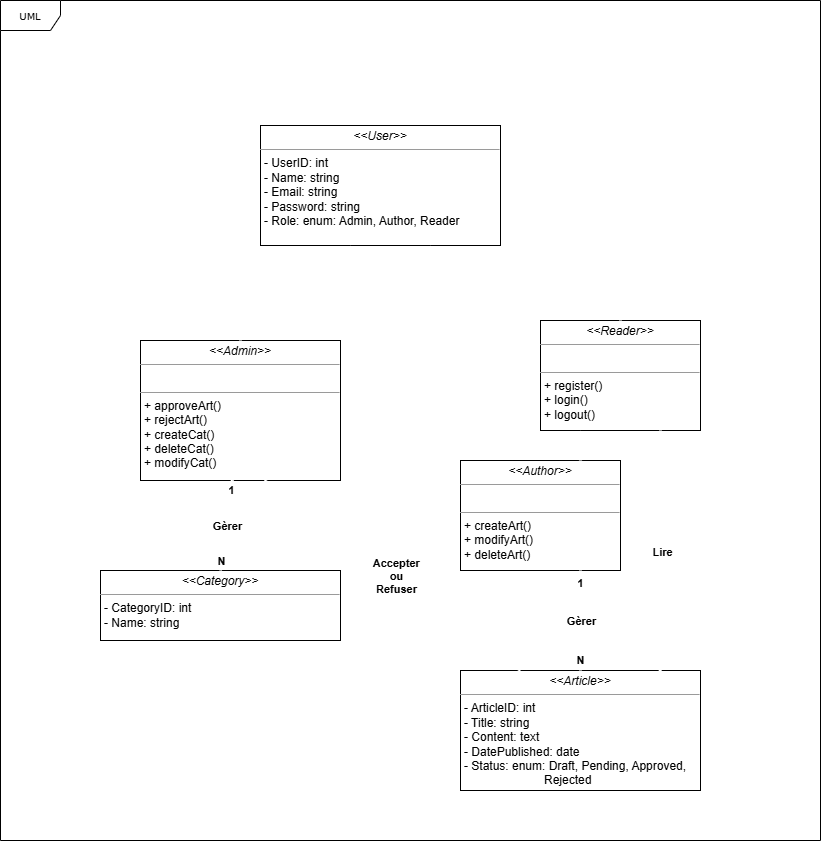
Earlier version of the draw.io export diagrams/UML Class.png (theshamkhi/Artflex). Source tidied: cells renumbered, new cells last; positions are measured from the earlier drawing's top-left corner, leaving out a move shared by most shapes.
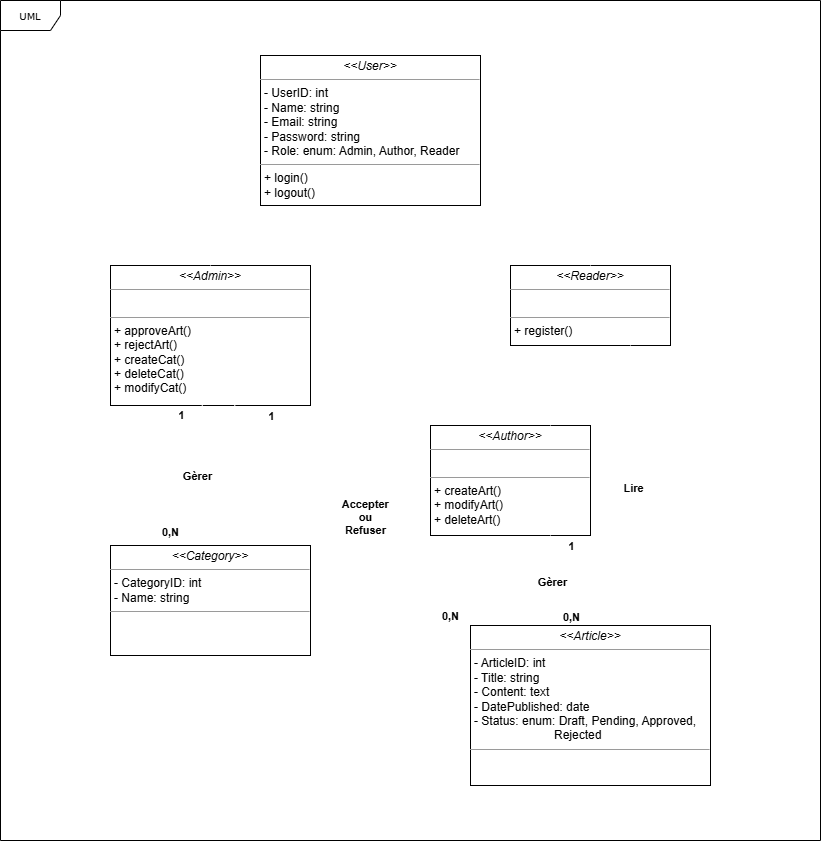
Above is the later version.

Commit message:
Updated the UML Diagrams

What changed in the source:
```diff
@@ -5,40 +5,31 @@
     <mxCell id="2" value="UML" style="shape=umlFrame;whiteSpace=wrap;html=1;rounded=0;shadow=0;comic=0;labelBackgroundColor=none;strokeWidth=1;fontFamily=Verdana;fontSize=10;align=center;" parent="1" vertex="1">
       <mxGeometry width="820" height="840" as="geometry" />
     </mxCell>
-    <mxCell id="3" value="&lt;p style=&quot;margin:0px;margin-top:4px;text-align:center;&quot;&gt;&lt;i&gt;&amp;lt;&amp;lt;User&amp;gt;&amp;gt;&lt;/i&gt;&lt;br&gt;&lt;/p&gt;&lt;hr size=&quot;1&quot;&gt;&lt;p style=&quot;margin:0px;margin-left:4px;&quot;&gt;- UserID: int&lt;br&gt;- Name: string&lt;/p&gt;&lt;p style=&quot;margin:0px;margin-left:4px;&quot;&gt;- Email: string&lt;/p&gt;&lt;p style=&quot;margin:0px;margin-left:4px;&quot;&gt;- Password: string&lt;/p&gt;&lt;p style=&quot;margin:0px;margin-left:4px;&quot;&gt;- Role: enum: Admin, Author, Reader&lt;/p&gt;&lt;p style=&quot;margin:0px;margin-left:4px;&quot;&gt;&lt;br&gt;&lt;/p&gt;" style="verticalAlign=top;align=left;overflow=fill;fontSize=12;fontFamily=Helvetica;html=1;rounded=0;shadow=0;comic=0;labelBackgroundColor=none;strokeWidth=1;" parent="1" vertex="1">
-      <mxGeometry x="260" y="125" width="240" height="120" as="geometry" />
-    </mxCell>
     <mxCell id="4" value="&lt;p style=&quot;margin:0px;margin-top:4px;text-align:center;&quot;&gt;&lt;i&gt;&amp;lt;&amp;lt;Admin&amp;gt;&amp;gt;&lt;/i&gt;&lt;br&gt;&lt;/p&gt;&lt;hr size=&quot;1&quot;&gt;&lt;p style=&quot;margin:0px;margin-left:4px;&quot;&gt;&lt;br&gt;&lt;/p&gt;&lt;hr size=&quot;1&quot;&gt;&lt;p style=&quot;margin:0px;margin-left:4px;&quot;&gt;+ approveArt()&lt;/p&gt;&lt;p style=&quot;margin:0px;margin-left:4px;&quot;&gt;+ rejectArt()&lt;/p&gt;&lt;p style=&quot;margin:0px;margin-left:4px;&quot;&gt;+ createCat()&lt;/p&gt;&lt;p style=&quot;margin:0px;margin-left:4px;&quot;&gt;+ deleteCat()&lt;/p&gt;&lt;p style=&quot;margin:0px;margin-left:4px;&quot;&gt;+ modifyCat()&lt;/p&gt;" style="verticalAlign=top;align=left;overflow=fill;fontSize=12;fontFamily=Helvetica;html=1;rounded=0;shadow=0;comic=0;labelBackgroundColor=none;strokeWidth=1;" parent="1" vertex="1">
-      <mxGeometry x="140" y="340" width="200" height="140" as="geometry" />
+      <mxGeometry x="110" y="265" width="200" height="140" as="geometry" />
     </mxCell>
     <mxCell id="5" value="&lt;p style=&quot;margin:0px;margin-top:4px;text-align:center;&quot;&gt;&lt;i&gt;&amp;lt;&amp;lt;Author&amp;gt;&amp;gt;&lt;/i&gt;&lt;br&gt;&lt;/p&gt;&lt;hr size=&quot;1&quot;&gt;&lt;p style=&quot;margin:0px;margin-left:4px;&quot;&gt;&lt;br&gt;&lt;/p&gt;&lt;hr size=&quot;1&quot;&gt;&lt;p style=&quot;margin:0px;margin-left:4px;&quot;&gt;+ createArt()&lt;/p&gt;&lt;p style=&quot;margin:0px;margin-left:4px;&quot;&gt;+ modifyArt()&lt;/p&gt;&lt;p style=&quot;margin:0px;margin-left:4px;&quot;&gt;+ deleteArt()&lt;/p&gt;" style="verticalAlign=top;align=left;overflow=fill;fontSize=12;fontFamily=Helvetica;html=1;rounded=0;shadow=0;comic=0;labelBackgroundColor=none;strokeWidth=1;" parent="1" vertex="1">
-      <mxGeometry x="460" y="460" width="160" height="110" as="geometry" />
+      <mxGeometry x="430" y="425" width="160" height="110" as="geometry" />
     </mxCell>
-    <mxCell id="6" value="&lt;p style=&quot;margin:0px;margin-top:4px;text-align:center;&quot;&gt;&lt;i&gt;&amp;lt;&amp;lt;Reader&amp;gt;&amp;gt;&lt;/i&gt;&lt;br&gt;&lt;/p&gt;&lt;hr size=&quot;1&quot;&gt;&lt;p style=&quot;margin:0px;margin-left:4px;&quot;&gt;&lt;br&gt;&lt;/p&gt;&lt;hr size=&quot;1&quot;&gt;&lt;p style=&quot;margin:0px;margin-left:4px;&quot;&gt;+ register()&lt;/p&gt;&lt;p style=&quot;margin:0px;margin-left:4px;&quot;&gt;+ login()&lt;/p&gt;&lt;p style=&quot;margin:0px;margin-left:4px;&quot;&gt;+ logout()&lt;/p&gt;" style="verticalAlign=top;align=left;overflow=fill;fontSize=12;fontFamily=Helvetica;html=1;rounded=0;shadow=0;comic=0;labelBackgroundColor=none;strokeWidth=1;" parent="1" vertex="1">
-      <mxGeometry x="540" y="320" width="160" height="110" as="geometry" />
+    <mxCell id="6" value="&lt;p style=&quot;margin:0px;margin-top:4px;text-align:center;&quot;&gt;&lt;i&gt;&amp;lt;&amp;lt;Reader&amp;gt;&amp;gt;&lt;/i&gt;&lt;br&gt;&lt;/p&gt;&lt;hr size=&quot;1&quot;&gt;&lt;p style=&quot;margin:0px;margin-left:4px;&quot;&gt;&lt;br&gt;&lt;/p&gt;&lt;hr size=&quot;1&quot;&gt;&lt;p style=&quot;margin:0px;margin-left:4px;&quot;&gt;+ register()&lt;/p&gt;" style="verticalAlign=top;align=left;overflow=fill;fontSize=12;fontFamily=Helvetica;html=1;rounded=0;shadow=0;comic=0;labelBackgroundColor=none;strokeWidth=1;" parent="1" vertex="1">
+      <mxGeometry x="510" y="265" width="160" height="80" as="geometry" />
     </mxCell>
-    <mxCell id="7" style="edgeStyle=elbowEdgeStyle;elbow=vertical;endArrow=classic;html=1;curved=0;rounded=0;endSize=8;startSize=8;exitX=0.75;exitY=0;exitDx=0;exitDy=0;strokeWidth=3;strokeColor=light-dark(#ffffff, #ededed);entryX=0.25;entryY=1;entryDx=0;entryDy=0;" parent="1" edge="1" source="5" target="6">
+    <mxCell id="7" style="edgeStyle=orthogonalEdgeStyle;elbow=vertical;endArrow=block;html=1;rounded=0;endSize=12;startSize=8;exitX=0.75;exitY=0;exitDx=0;exitDy=0;strokeWidth=1;strokeColor=light-dark(#ffffff, #ededed);entryX=0.25;entryY=1;entryDx=0;entryDy=0;endFill=0;" parent="1" edge="1" source="5" target="6">
       <mxGeometry relative="1" as="geometry" />
     </mxCell>
-    <mxCell id="8" style="edgeStyle=elbowEdgeStyle;elbow=vertical;endArrow=classic;html=1;curved=0;rounded=0;endSize=8;startSize=8;exitX=0.5;exitY=0;exitDx=0;exitDy=0;strokeWidth=3;strokeColor=light-dark(#ffffff, #ededed);" parent="1" edge="1" source="4">
+    <mxCell id="8" style="edgeStyle=orthogonalEdgeStyle;elbow=vertical;endArrow=block;html=1;rounded=0;endSize=12;startSize=8;exitX=0.5;exitY=0;exitDx=0;exitDy=0;strokeWidth=1;strokeColor=light-dark(#ffffff, #ededed);endFill=0;" parent="1" edge="1" source="4">
       <mxGeometry relative="1" as="geometry">
-        <mxPoint x="350" y="245" as="targetPoint" />
+        <mxPoint x="320" y="210" as="targetPoint" />
       </mxGeometry>
     </mxCell>
-    <mxCell id="9" style="edgeStyle=elbowEdgeStyle;elbow=vertical;endArrow=classic;html=1;curved=0;rounded=0;exitX=0.5;exitY=0;exitDx=0;exitDy=0;strokeWidth=3;strokeColor=light-dark(#ffffff, #ededed);" parent="1" edge="1" source="6">
+    <mxCell id="9" style="edgeStyle=orthogonalEdgeStyle;elbow=vertical;endArrow=block;html=1;rounded=0;exitX=0.5;exitY=0;exitDx=0;exitDy=0;strokeWidth=1;strokeColor=light-dark(#ffffff, #ededed);endFill=0;endSize=12;" parent="1" edge="1" source="6">
       <mxGeometry relative="1" as="geometry">
-        <mxPoint x="430" y="245" as="targetPoint" />
+        <mxPoint x="400" y="210" as="targetPoint" />
       </mxGeometry>
     </mxCell>
-    <mxCell id="10" value="&lt;p style=&quot;margin:0px;margin-top:4px;text-align:center;&quot;&gt;&lt;i&gt;&amp;lt;&amp;lt;Article&amp;gt;&amp;gt;&lt;/i&gt;&lt;br&gt;&lt;/p&gt;&lt;hr size=&quot;1&quot;&gt;&lt;p style=&quot;margin:0px;margin-left:4px;&quot;&gt;- ArticleID: int&lt;br&gt;- Title: string&lt;/p&gt;&lt;p style=&quot;margin:0px;margin-left:4px;&quot;&gt;- Content: text&lt;/p&gt;&lt;p style=&quot;margin:0px;margin-left:4px;&quot;&gt;- DatePublished: date&lt;/p&gt;&lt;p style=&quot;margin:0px;margin-left:4px;&quot;&gt;- Status: enum: Draft, Pending, Approved,&lt;/p&gt;&lt;p style=&quot;margin:0px;margin-left:4px;&quot;&gt;&lt;span style=&quot;white-space: pre;&quot;&gt;&#9;&lt;/span&gt;&lt;span style=&quot;white-space: pre;&quot;&gt;&#9;&lt;/span&gt;&lt;span style=&quot;white-space: pre;&quot;&gt;&#9;&lt;/span&gt;Rejected&lt;/p&gt;&lt;p style=&quot;margin:0px;margin-left:4px;&quot;&gt;&lt;br&gt;&lt;/p&gt;" style="verticalAlign=top;align=left;overflow=fill;fontSize=12;fontFamily=Helvetica;html=1;rounded=0;shadow=0;comic=0;labelBackgroundColor=none;strokeWidth=1;" parent="1" vertex="1">
-      <mxGeometry x="460" y="670" width="240" height="120" as="geometry" />
-    </mxCell>
-    <mxCell id="11" value="&lt;p style=&quot;margin:0px;margin-top:4px;text-align:center;&quot;&gt;&lt;i&gt;&amp;lt;&amp;lt;Category&amp;gt;&amp;gt;&lt;/i&gt;&lt;br&gt;&lt;/p&gt;&lt;hr size=&quot;1&quot;&gt;&lt;p style=&quot;margin:0px;margin-left:4px;&quot;&gt;- CategoryID: int&lt;br&gt;- Name: string&lt;/p&gt;&lt;p style=&quot;margin:0px;margin-left:4px;&quot;&gt;&lt;br&gt;&lt;/p&gt;" style="verticalAlign=top;align=left;overflow=fill;fontSize=12;fontFamily=Helvetica;html=1;rounded=0;shadow=0;comic=0;labelBackgroundColor=none;strokeWidth=1;" parent="1" vertex="1">
-      <mxGeometry x="100" y="570" width="240" height="70" as="geometry" />
-    </mxCell>
-    <mxCell id="12" style="endArrow=none;html=1;rounded=0;exitX=0.5;exitY=0;exitDx=0;exitDy=0;strokeWidth=3;strokeColor=light-dark(#ffffff, #ededed);" parent="1" edge="1" source="10">
+    <mxCell id="12" style="endArrow=none;html=1;rounded=0;strokeWidth=1;strokeColor=light-dark(#ffffff, #ededed);exitX=0.333;exitY=0;exitDx=0;exitDy=0;exitPerimeter=0;" parent="1" edge="1" source="28">
       <mxGeometry relative="1" as="geometry">
-        <mxPoint x="580" y="570" as="targetPoint" />
+        <mxPoint x="550" y="535" as="targetPoint" />
       </mxGeometry>
     </mxCell>
     <mxCell id="13" value="&lt;b&gt;&amp;nbsp;Gèrer&lt;/b&gt;&amp;nbsp;" style="edgeLabel;html=1;align=center;verticalAlign=middle;" parent="12" vertex="1">
@@ -46,13 +37,15 @@
     </mxCell>
     <mxCell id="14" value="&lt;b&gt;&amp;nbsp;1&amp;nbsp;&lt;/b&gt;" style="edgeLabel;html=1;align=center;verticalAlign=middle;" parent="12" vertex="1">
       <mxGeometry x="0.56" relative="1" as="geometry">
-        <mxPoint y="-9" as="offset" />
+        <mxPoint x="20" y="-9" as="offset" />
       </mxGeometry>
     </mxCell>
-    <mxCell id="15" value="&lt;b&gt;&amp;nbsp;N&amp;nbsp;&lt;/b&gt;" style="edgeLabel;html=1;align=center;verticalAlign=middle;" parent="12" vertex="1">
-      <mxGeometry x="-0.81" relative="1" as="geometry" />
+    <mxCell id="15" value="&lt;b&gt;&amp;nbsp;0,N&amp;nbsp;&lt;/b&gt;" style="edgeLabel;html=1;align=center;verticalAlign=middle;" parent="12" vertex="1">
+      <mxGeometry x="-0.81" relative="1" as="geometry">
+        <mxPoint x="20" as="offset" />
+      </mxGeometry>
     </mxCell>
-    <mxCell id="16" style="endArrow=none;html=1;rounded=0;entryX=0.459;entryY=0.997;entryDx=0;entryDy=0;exitX=0.5;exitY=0;exitDx=0;exitDy=0;entryPerimeter=0;strokeWidth=3;strokeColor=light-dark(#ffffff, #ededed);" parent="1" edge="1" source="11" target="4">
+    <mxCell id="16" style="endArrow=none;html=1;rounded=0;entryX=0.459;entryY=0.997;entryDx=0;entryDy=0;exitX=0.393;exitY=-0.001;exitDx=0;exitDy=0;entryPerimeter=0;strokeWidth=1;strokeColor=light-dark(#ffffff, #ededed);exitPerimeter=0;" parent="1" edge="1" source="27" target="4">
       <mxGeometry relative="1" as="geometry" />
     </mxCell>
     <mxCell id="17" value="&lt;b&gt;&amp;nbsp;Gèrer&amp;nbsp;&lt;/b&gt;" style="edgeLabel;html=1;align=center;verticalAlign=middle;" parent="16" vertex="1">
@@ -60,25 +53,44 @@
     </mxCell>
     <mxCell id="18" value="&lt;b&gt;&amp;nbsp;1&amp;nbsp;&lt;/b&gt;" style="edgeLabel;html=1;align=center;verticalAlign=middle;" parent="16" vertex="1">
       <mxGeometry x="0.78" y="-1" relative="1" as="geometry">
-        <mxPoint x="-1" as="offset" />
+        <mxPoint x="-21" y="-6" as="offset" />
       </mxGeometry>
     </mxCell>
-    <mxCell id="19" value="&lt;b&gt;&amp;nbsp;N&amp;nbsp;&lt;/b&gt;" style="edgeLabel;html=1;align=center;verticalAlign=middle;" parent="16" vertex="1">
+    <mxCell id="19" value="&lt;b&gt;&amp;nbsp;0,N&amp;nbsp;&lt;/b&gt;" style="edgeLabel;html=1;align=center;verticalAlign=middle;" parent="16" vertex="1">
       <mxGeometry x="-0.83" y="-1" relative="1" as="geometry">
-        <mxPoint x="-1" y="-2" as="offset" />
+        <mxPoint x="-21" y="-2" as="offset" />
       </mxGeometry>
     </mxCell>
+    <mxCell id="24" value="&lt;b&gt;&amp;nbsp;1&amp;nbsp;&lt;/b&gt;" style="edgeLabel;html=1;align=center;verticalAlign=middle;" parent="16" vertex="1">
+      <mxGeometry x="0.78" y="-1" relative="1" as="geometry">
+        <mxPoint x="69" y="-5" as="offset" />
+      </mxGeometry>
+    </mxCell>
+    <mxCell id="25" value="&lt;b&gt;&amp;nbsp;0,N&amp;nbsp;&lt;/b&gt;" style="edgeLabel;html=1;align=center;verticalAlign=middle;" parent="16" vertex="1">
+      <mxGeometry x="-0.83" y="-1" relative="1" as="geometry">
+        <mxPoint x="259" y="82" as="offset" />
+      </mxGeometry>
+    </mxCell>
-    <mxCell id="20" style="endArrow=none;html=1;rounded=0;entryX=0.619;entryY=0.999;entryDx=0;entryDy=0;exitX=0.25;exitY=0;exitDx=0;exitDy=0;entryPerimeter=0;strokeWidth=3;strokeColor=light-dark(#ffffff, #ededed);" parent="1" edge="1" source="10" target="4">
+    <mxCell id="20" style="endArrow=none;html=1;rounded=0;entryX=0.619;entryY=0.999;entryDx=0;entryDy=0;entryPerimeter=0;strokeWidth=1;strokeColor=light-dark(#ffffff, #ededed);exitX=0.073;exitY=-0.002;exitDx=0;exitDy=0;exitPerimeter=0;" parent="1" edge="1" source="28" target="4">
       <mxGeometry relative="1" as="geometry" />
     </mxCell>
     <mxCell id="21" value="&lt;b&gt;&amp;nbsp;Accepter&amp;nbsp;&lt;br&gt;ou&lt;br&gt;&amp;nbsp;Refuser&amp;nbsp;&lt;/b&gt;" style="edgeLabel;html=1;align=center;verticalAlign=middle;" parent="20" vertex="1">
       <mxGeometry x="-0.02" y="-1" relative="1" as="geometry" />
     </mxCell>
-    <mxCell id="22" style="endArrow=none;html=1;rounded=0;entryX=0.75;entryY=1;entryDx=0;entryDy=0;exitX=0.832;exitY=0.004;exitDx=0;exitDy=0;exitPerimeter=0;strokeWidth=3;strokeColor=light-dark(#ffffff, #ededed);" parent="1" edge="1" source="10" target="6">
+    <mxCell id="22" style="endArrow=none;html=1;rounded=0;entryX=0.75;entryY=1;entryDx=0;entryDy=0;strokeWidth=1;strokeColor=light-dark(#ffffff, #ededed);exitX=0.667;exitY=0.002;exitDx=0;exitDy=0;exitPerimeter=0;" parent="1" edge="1" source="28" target="6">
       <mxGeometry relative="1" as="geometry" />
     </mxCell>
     <mxCell id="23" value="&lt;b&gt;&amp;nbsp;Lire&amp;nbsp;&lt;/b&gt;" style="edgeLabel;html=1;align=center;verticalAlign=middle;" parent="22" vertex="1">
       <mxGeometry x="-0.01" y="-2" relative="1" as="geometry" />
     </mxCell>
+    <mxCell id="26" value="&lt;p style=&quot;margin:0px;margin-top:4px;text-align:center;&quot;&gt;&lt;i&gt;&amp;lt;&amp;lt;User&amp;gt;&amp;gt;&lt;/i&gt;&lt;br&gt;&lt;/p&gt;&lt;hr size=&quot;1&quot;&gt;&lt;p style=&quot;margin: 0px 0px 0px 4px;&quot;&gt;- UserID: int&lt;br&gt;- Name: string&lt;/p&gt;&lt;p style=&quot;margin: 0px 0px 0px 4px;&quot;&gt;- Email: string&lt;/p&gt;&lt;p style=&quot;margin: 0px 0px 0px 4px;&quot;&gt;- Password: string&lt;/p&gt;&lt;p style=&quot;margin: 0px 0px 0px 4px;&quot;&gt;- Role: enum: Admin, Author, Reader&lt;/p&gt;&lt;hr size=&quot;1&quot;&gt;&lt;p style=&quot;margin: 0px 0px 0px 4px;&quot;&gt;+ login()&lt;/p&gt;&lt;p style=&quot;margin: 0px 0px 0px 4px;&quot;&gt;+ logout()&lt;/p&gt;" style="verticalAlign=top;align=left;overflow=fill;fontSize=12;fontFamily=Helvetica;html=1;rounded=0;shadow=0;comic=0;labelBackgroundColor=none;strokeWidth=1;" parent="1" vertex="1">
+      <mxGeometry x="260" y="55" width="220" height="150" as="geometry" />
+    </mxCell>
+    <mxCell id="27" value="&lt;p style=&quot;margin:0px;margin-top:4px;text-align:center;&quot;&gt;&lt;i&gt;&amp;lt;&amp;lt;&lt;/i&gt;&lt;i style=&quot;background-color: transparent; color: light-dark(rgb(0, 0, 0), rgb(255, 255, 255));&quot;&gt;Category&lt;/i&gt;&lt;i style=&quot;background-color: transparent; color: light-dark(rgb(0, 0, 0), rgb(255, 255, 255));&quot;&gt;&amp;gt;&amp;gt;&lt;/i&gt;&lt;/p&gt;&lt;hr size=&quot;1&quot;&gt;&lt;p style=&quot;margin:0px;margin-left:4px;&quot;&gt;- CategoryID: int&lt;br&gt;- Name: string&lt;/p&gt;&lt;hr size=&quot;1&quot;&gt;&lt;p style=&quot;margin:0px;margin-left:4px;&quot;&gt;&lt;br&gt;&lt;/p&gt;" style="verticalAlign=top;align=left;overflow=fill;fontSize=12;fontFamily=Helvetica;html=1;rounded=0;shadow=0;comic=0;labelBackgroundColor=none;strokeWidth=1;" parent="1" vertex="1">
+      <mxGeometry x="110" y="545" width="200" height="110" as="geometry" />
+    </mxCell>
+    <mxCell id="28" value="&lt;p style=&quot;margin:0px;margin-top:4px;text-align:center;&quot;&gt;&lt;i&gt;&amp;lt;&amp;lt;Article&lt;/i&gt;&lt;i style=&quot;background-color: transparent; color: light-dark(rgb(0, 0, 0), rgb(255, 255, 255));&quot;&gt;&amp;gt;&amp;gt;&lt;/i&gt;&lt;/p&gt;&lt;hr size=&quot;1&quot;&gt;&lt;p style=&quot;margin: 0px 0px 0px 4px;&quot;&gt;- ArticleID: int&lt;br&gt;- Title: string&lt;/p&gt;&lt;p style=&quot;margin: 0px 0px 0px 4px;&quot;&gt;- Content: text&lt;/p&gt;&lt;p style=&quot;margin: 0px 0px 0px 4px;&quot;&gt;- DatePublished: date&lt;/p&gt;&lt;p style=&quot;margin: 0px 0px 0px 4px;&quot;&gt;- Status: enum: Draft, Pending, Approved,&lt;/p&gt;&lt;p style=&quot;margin: 0px 0px 0px 4px;&quot;&gt;&lt;span style=&quot;white-space-collapse: preserve;&quot;&gt;&#9;&lt;/span&gt;&lt;span style=&quot;white-space-collapse: preserve;&quot;&gt;&#9;&lt;/span&gt;&lt;span style=&quot;white-space-collapse: preserve;&quot;&gt;&#9;&lt;/span&gt;Rejected&lt;/p&gt;&lt;hr size=&quot;1&quot;&gt;&lt;p style=&quot;margin:0px;margin-left:4px;&quot;&gt;&lt;br&gt;&lt;/p&gt;" style="verticalAlign=top;align=left;overflow=fill;fontSize=12;fontFamily=Helvetica;html=1;rounded=0;shadow=0;comic=0;labelBackgroundColor=none;strokeWidth=1;" parent="1" vertex="1">
+      <mxGeometry x="470" y="625" width="240" height="160" as="geometry" />
+    </mxCell>
   </root>
 </mxGraphModel>
```
